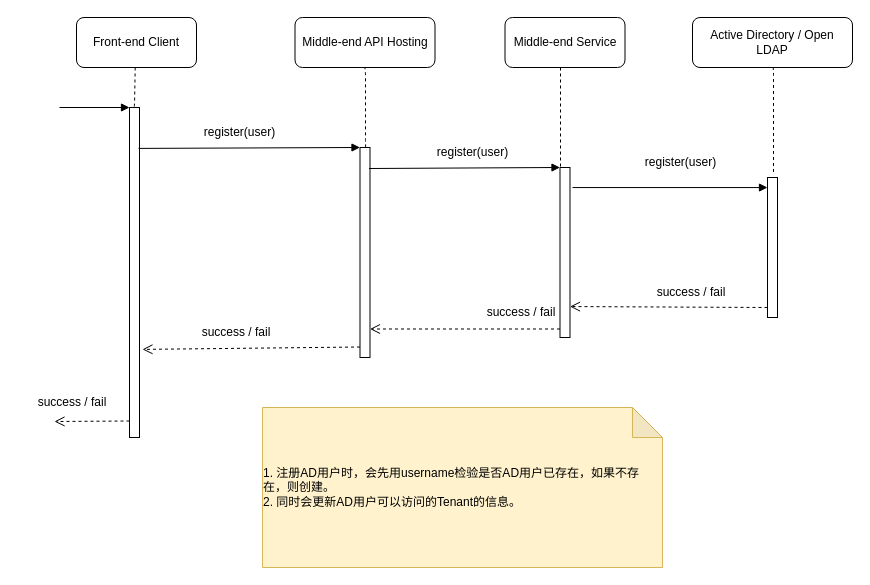
Before: page "0. Register User" (4 of 7) of ids.drawio in dellexquan/transfer, a draw.io diagram. Source tidied: cells renumbered, new cells numbered last; positions are measured from the earlier drawing's top-left corner, leaving out a move shared by most shapes. Both pictures are drawn from the tidied source at 100%, with x=0, y=0 at pixel (17, 17).
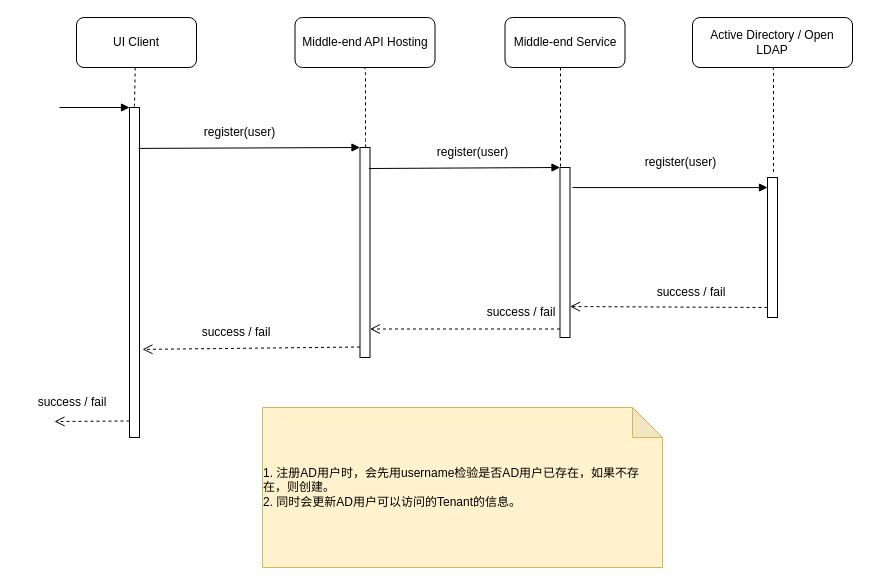
Above is the later version.

What changed in the source:
```diff
@@
-    <mxCell id="2" value="Front-end Client" style="rounded=1;whiteSpace=wrap;html=1;" parent="1" vertex="1">
+    <mxCell id="2" value="UI Client" style="rounded=1;whiteSpace=wrap;html=1;" parent="1" vertex="1">
       <mxGeometry x="59" width="120" height="50" as="geometry" />
     </mxCell>
```
